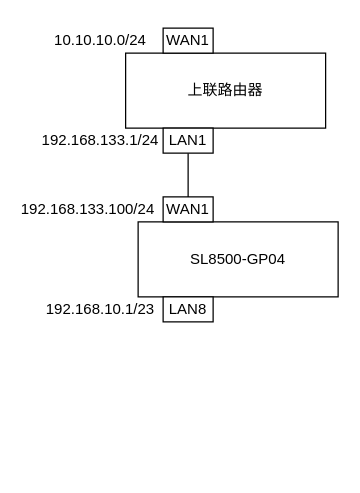
Above: f5g-mt7988/8500-static-route.drawio in waterwatermelon/graph (draw.io), before the change. Source tidied: cells renumbered, new cells numbered last; positions are measured from the earlier drawing's top-left corner, leaving out a move shared by most shapes. Both pictures are drawn from the tidied source at 125%, with x=0, y=0 at pixel (50, 21).
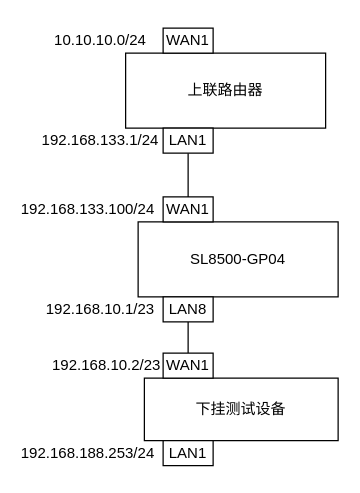
The same diagram, later.

What changed in the source:
```diff
@@
 <mxGraphModel>
   <root>
     <mxCell id="0" />
     <mxCell id="1" parent="0" />
     <mxCell id="2" value="SL8500-GP04" style="rounded=0;whiteSpace=wrap;html=1;" parent="1" vertex="1">
       <mxGeometry x="70" y="160" width="160" height="60" as="geometry" />
     </mxCell>
     <mxCell id="3" value="WAN1" style="rounded=0;whiteSpace=wrap;html=1;" parent="1" vertex="1">
       <mxGeometry x="90" y="140" width="40" height="20" as="geometry" />
     </mxCell>
     <mxCell id="4" value="上联路由器" style="rounded=0;whiteSpace=wrap;html=1;" parent="1" vertex="1">
       <mxGeometry x="60" y="25" width="160" height="60" as="geometry" />
     </mxCell>
     <mxCell id="5" style="edgeStyle=orthogonalEdgeStyle;rounded=0;jettySize=auto;html=1;exitX=0.5;exitY=1;exitDx=0;exitDy=0;entryX=0.5;entryY=0;entryDx=0;entryDy=0;endArrow=none;startFill=0;" parent="1" edge="1" source="6" target="3">
       <mxGeometry relative="1" as="geometry" />
     </mxCell>
     <mxCell id="6" value="LAN1" style="rounded=0;whiteSpace=wrap;html=1;" parent="1" vertex="1">
       <mxGeometry x="90" y="85" width="40" height="20" as="geometry" />
     </mxCell>
     <mxCell id="7" value="192.168.133.1/24" style="text;html=1;align=center;verticalAlign=middle;whiteSpace=wrap;rounded=0;" parent="1" vertex="1">
       <mxGeometry x="10" y="80" width="60" height="30" as="geometry" />
     </mxCell>
     <mxCell id="8" value="192.168.133.100/24" style="text;html=1;align=center;verticalAlign=middle;whiteSpace=wrap;rounded=0;" parent="1" vertex="1">
       <mxGeometry y="135" width="60" height="30" as="geometry" />
     </mxCell>
     <mxCell id="9" value="WAN1" style="rounded=0;whiteSpace=wrap;html=1;" parent="1" vertex="1">
       <mxGeometry x="90" y="5" width="40" height="20" as="geometry" />
     </mxCell>
     <mxCell id="10" value="10.10.10.0/24" style="text;html=1;align=center;verticalAlign=middle;whiteSpace=wrap;rounded=0;" parent="1" vertex="1">
       <mxGeometry x="10" width="60" height="30" as="geometry" />
     </mxCell>
+    <mxCell id="13" style="edgeStyle=orthogonalEdgeStyle;rounded=0;jettySize=auto;html=1;exitX=0.5;exitY=1;exitDx=0;exitDy=0;entryX=0.5;entryY=0;entryDx=0;entryDy=0;endArrow=none;startFill=0;" parent="1" edge="1" source="11" target="15">
+      <mxGeometry relative="1" as="geometry" />
+    </mxCell>
     <mxCell id="11" value="LAN8" style="rounded=0;whiteSpace=wrap;html=1;" parent="1" vertex="1">
       <mxGeometry x="90" y="220" width="40" height="20" as="geometry" />
     </mxCell>
     <mxCell id="12" value="192.168.10.1/23" style="text;html=1;align=center;verticalAlign=middle;whiteSpace=wrap;rounded=0;" parent="1" vertex="1">
       <mxGeometry x="10" y="215" width="60" height="30" as="geometry" />
     </mxCell>
+    <mxCell id="14" value="下挂测试设备" style="rounded=0;whiteSpace=wrap;html=1;" parent="1" vertex="1">
+      <mxGeometry x="75" y="285" width="155" height="50" as="geometry" />
+    </mxCell>
+    <mxCell id="15" value="WAN1" style="rounded=0;whiteSpace=wrap;html=1;" parent="1" vertex="1">
+      <mxGeometry x="90" y="265" width="40" height="20" as="geometry" />
+    </mxCell>
+    <mxCell id="16" value="192.168.10.2/23" style="text;html=1;align=center;verticalAlign=middle;whiteSpace=wrap;rounded=0;" parent="1" vertex="1">
+      <mxGeometry x="15" y="260" width="60" height="30" as="geometry" />
+    </mxCell>
+    <mxCell id="17" value="LAN1" style="rounded=0;whiteSpace=wrap;html=1;" parent="1" vertex="1">
+      <mxGeometry x="90" y="335" width="40" height="20" as="geometry" />
+    </mxCell>
+    <mxCell id="18" value="192.168.188.253/24" style="text;html=1;align=center;verticalAlign=middle;whiteSpace=wrap;rounded=0;" parent="1" vertex="1">
+      <mxGeometry y="330" width="60" height="30" as="geometry" />
+    </mxCell>
   </root>
 </mxGraphModel>
```
